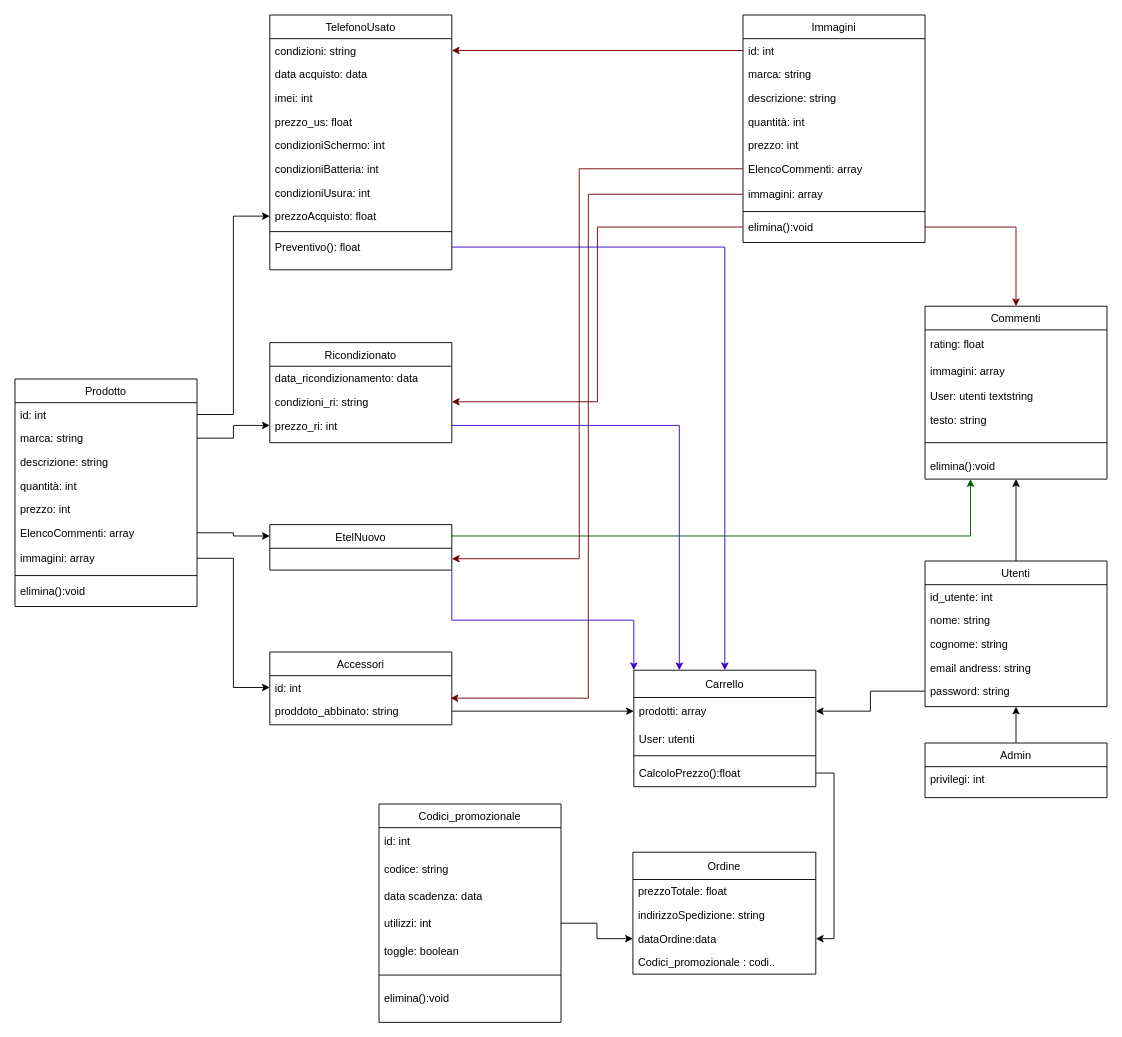
Before: PearShop2.drawio in doublep21/PearShop, a draw.io diagram. Source tidied: cells renumbered, new cells numbered last; positions are measured from the earlier drawing's top-left corner, leaving out a move shared by most shapes. Both pictures are drawn from the tidied source at 91%, with x=0, y=0 at pixel (15, 15).
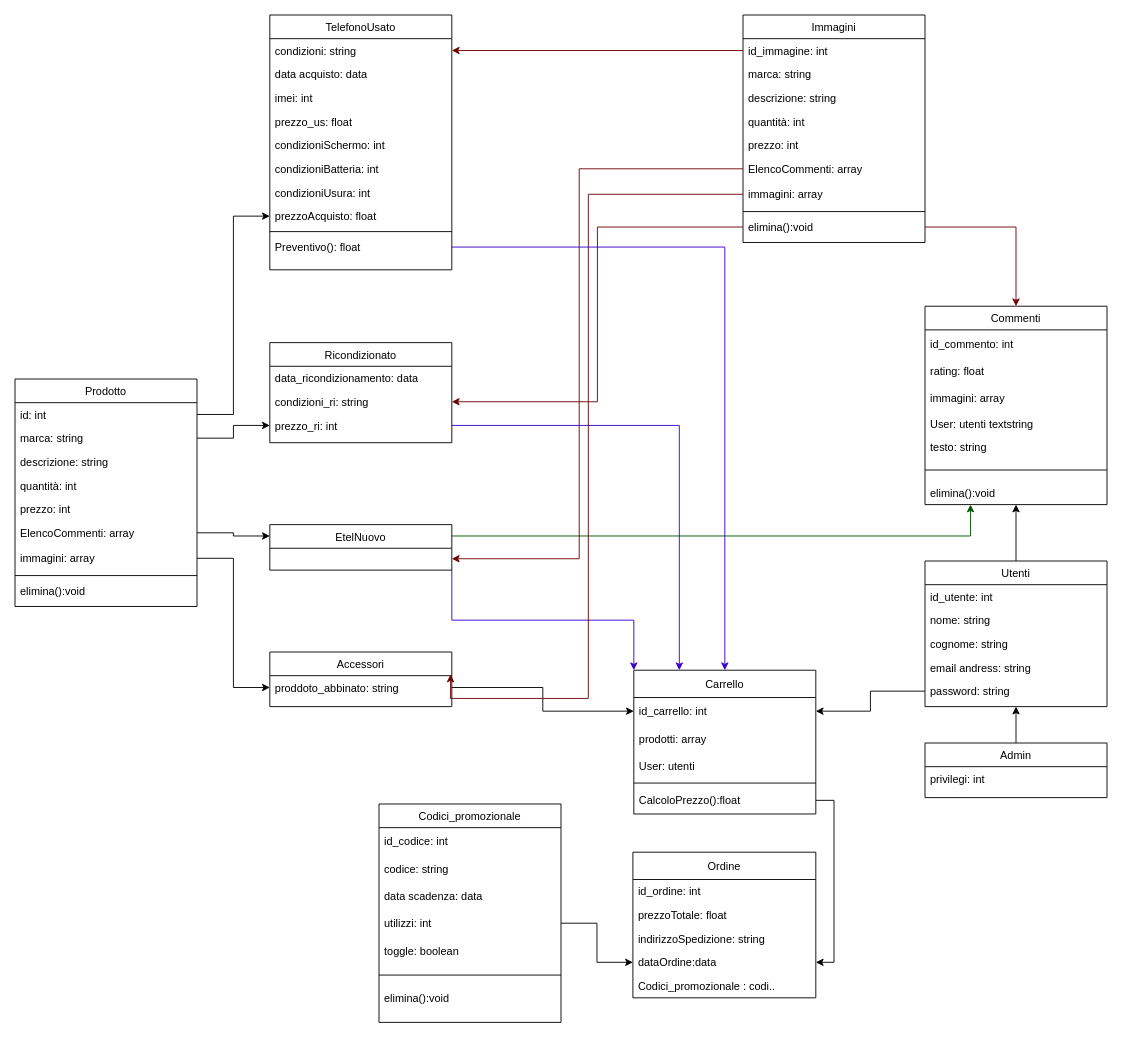
After the change.

Commit message:
agg. uml

The change refers to these unchanged cells:
```xml
<mxCell id="9" value="immagini: array" style="text;strokeColor=none;fillColor=none;align=left;verticalAlign=middle;spacingLeft=4;spacingRight=4;overflow=hidden;points=[[0,0.5],[1,0.5]];portConstraint=eastwest;" parent="2" vertex="1">
  <mxGeometry y="182" width="200" height="30" as="geometry" />
</mxCell>
<mxCell id="37" value="Immagini" style="swimlane;fontStyle=0;align=center;verticalAlign=top;horizontal=1;startSize=26;rounded=0;shadow=0;strokeWidth=1;" parent="1" vertex="1">
  <mxGeometry x="800" width="200" height="250" as="geometry" />
</mxCell>
<mxCell id="76" value="Codici_promozionale" style="swimlane;fontStyle=0;align=center;verticalAlign=top;horizontal=1;startSize=26;rounded=0;shadow=0;strokeWidth=1;" parent="1" vertex="1">
  <mxGeometry x="400" y="867" width="200" height="240" as="geometry" />
</mxCell>
```

Diff of the diagram source:
```diff
@@
     <mxCell id="30" value="Accessori&#10;" style="swimlane;fontStyle=0;align=center;verticalAlign=top;horizontal=1;startSize=26;rounded=0;shadow=0;strokeWidth=1;" parent="1" vertex="1">
-      <mxGeometry x="280" y="700" width="200" height="80" as="geometry" />
+      <mxGeometry x="280" y="700" width="200" height="60" as="geometry" />
     </mxCell>
-    <mxCell id="31" value="id: int&#10;" style="text;align=left;verticalAlign=top;spacingLeft=4;spacingRight=4;overflow=hidden;points=[[0,0.5],[1,0.5]];portConstraint=eastwest;" parent="30" vertex="1">
-      <mxGeometry y="26" width="200" height="26" as="geometry" />
-    </mxCell>
     <mxCell id="32" value="proddoto_abbinato: string" style="text;align=left;verticalAlign=top;spacingLeft=4;spacingRight=4;overflow=hidden;points=[[0,0.5],[1,0.5]];portConstraint=eastwest;rounded=0;shadow=0;html=0;" parent="30" vertex="1">
-      <mxGeometry y="52" width="200" height="26" as="geometry" />
+      <mxGeometry y="26" width="200" height="26" as="geometry" />
     </mxCell>
-    <mxCell id="33" style="edgeStyle=orthogonalEdgeStyle;rounded=0;jettySize=auto;html=1;exitX=1;exitY=0.5;exitDx=0;exitDy=0;entryX=0;entryY=0.5;entryDx=0;entryDy=0;" parent="1" edge="1" source="9" target="31">
-      <mxGeometry relative="1" as="geometry" />
-    </mxCell>
@@
-    <mxCell id="38" value="id: int&#10;" style="text;align=left;verticalAlign=top;spacingLeft=4;spacingRight=4;overflow=hidden;points=[[0,0.5],[1,0.5]];portConstraint=eastwest;" parent="37" vertex="1">
+    <mxCell id="38" value="id_immagine: int&#10;" style="text;align=left;verticalAlign=top;spacingLeft=4;spacingRight=4;overflow=hidden;points=[[0,0.5],[1,0.5]];portConstraint=eastwest;" parent="37" vertex="1">
       <mxGeometry y="26" width="200" height="26" as="geometry" />
     </mxCell>
@@
     <mxCell id="47" value="Carrello" style="swimlane;fontStyle=0;horizontal=1;startSize=30;" parent="1" vertex="1">
-      <mxGeometry x="680" y="720" width="200" height="128" as="geometry" />
+      <mxGeometry x="680" y="720" width="200" height="158" as="geometry" />
     </mxCell>
-    <mxCell id="48" value="prodotti: array" style="text;strokeColor=none;fillColor=none;align=left;verticalAlign=middle;spacingLeft=4;spacingRight=4;overflow=hidden;points=[[0,0.5],[1,0.5]];portConstraint=eastwest;" parent="47" vertex="1">
+    <mxCell id="48" value="id_carrello: int" style="text;strokeColor=none;fillColor=none;align=left;verticalAlign=middle;spacingLeft=4;spacingRight=4;overflow=hidden;points=[[0,0.5],[1,0.5]];portConstraint=eastwest;" parent="47" vertex="1">
       <mxGeometry y="30" width="200" height="30" as="geometry" />
     </mxCell>
+    <mxCell id="93" value="prodotti: array" style="text;strokeColor=none;fillColor=none;align=left;verticalAlign=middle;spacingLeft=4;spacingRight=4;overflow=hidden;" parent="47" vertex="1">
+      <mxGeometry y="60" width="200" height="30" as="geometry" />
+    </mxCell>
     <mxCell id="49" value="User: utenti" style="text;strokeColor=none;fillColor=none;align=left;verticalAlign=middle;spacingLeft=4;spacingRight=4;overflow=hidden;" parent="47" vertex="1">
-      <mxGeometry y="60" width="200" height="30" as="geometry" />
+      <mxGeometry y="90" width="200" height="30" as="geometry" />
     </mxCell>
     <mxCell id="50" style="line;html=1;strokeWidth=1;align=left;verticalAlign=middle;spacingTop=-1;spacingLeft=3;spacingRight=3;labelPosition=right;" parent="47" vertex="1">
-      <mxGeometry y="90" width="200" height="8" as="geometry" />
+      <mxGeometry y="120" width="200" height="8" as="geometry" />
     </mxCell>
     <mxCell id="51" value="CalcoloPrezzo():float" style="text;strokeColor=none;fillColor=none;align=left;verticalAlign=middle;spacingLeft=4;spacingRight=4;overflow=hidden;points=[[0,0.5],[1,0.5]];portConstraint=eastwest;" parent="47" vertex="1">
-      <mxGeometry y="98" width="200" height="30" as="geometry" />
+      <mxGeometry y="128" width="200" height="30" as="geometry" />
     </mxCell>
     <mxCell id="52" value="Commenti" style="swimlane;fontStyle=0;align=center;verticalAlign=top;horizontal=1;startSize=26;rounded=0;shadow=0;strokeWidth=1;" parent="1" vertex="1">
-      <mxGeometry x="1000" y="320" width="200" height="190" as="geometry" />
+      <mxGeometry x="1000" y="320" width="200" height="218" as="geometry" />
     </mxCell>
+    <mxCell id="94" value="id_commento: int" style="text;strokeColor=none;fillColor=none;align=left;verticalAlign=middle;spacingLeft=4;spacingRight=4;overflow=hidden;" parent="52" vertex="1">
+      <mxGeometry y="26" width="200" height="30" as="geometry" />
+    </mxCell>
     <mxCell id="53" value="rating: float" style="text;strokeColor=none;fillColor=none;align=left;verticalAlign=middle;spacingLeft=4;spacingRight=4;overflow=hidden;" parent="52" vertex="1">
-      <mxGeometry y="26" width="200" height="30" as="geometry" />
+      <mxGeometry y="56" width="200" height="30" as="geometry" />
     </mxCell>
     <mxCell id="54" value="immagini: array" style="text;strokeColor=none;fillColor=none;align=left;verticalAlign=middle;spacingLeft=4;spacingRight=4;overflow=hidden;" parent="52" vertex="1">
-      <mxGeometry y="56" width="200" height="30" as="geometry" />
+      <mxGeometry y="86" width="200" height="30" as="geometry" />
     </mxCell>
     <mxCell id="55" value="User: utenti textstring" style="text;strokeColor=none;fillColor=none;align=left;verticalAlign=middle;spacingLeft=4;spacingRight=4;overflow=hidden;" parent="52" vertex="1">
-      <mxGeometry y="86" width="200" height="26" as="geometry" />
+      <mxGeometry y="116" width="200" height="26" as="geometry" />
     </mxCell>
     <mxCell id="56" value="testo: string" style="text;strokeColor=none;fillColor=none;align=left;verticalAlign=middle;spacingLeft=4;spacingRight=4;overflow=hidden;" parent="52" vertex="1">
-      <mxGeometry y="112" width="200" height="26" as="geometry" />
+      <mxGeometry y="142" width="200" height="26" as="geometry" />
     </mxCell>
     <mxCell id="57" style="line;html=1;strokeWidth=1;align=left;verticalAlign=middle;spacingTop=-1;spacingLeft=3;spacingRight=3;labelPosition=right;" parent="52" vertex="1">
-      <mxGeometry y="138" width="200" height="24" as="geometry" />
+      <mxGeometry y="168" width="200" height="24" as="geometry" />
     </mxCell>
     <mxCell id="58" value="elimina():void" style="text;strokeColor=none;fillColor=none;align=left;verticalAlign=middle;spacingLeft=4;spacingRight=4;overflow=hidden;" parent="52" vertex="1">
-      <mxGeometry y="162" width="200" height="26" as="geometry" />
+      <mxGeometry y="192" width="200" height="26" as="geometry" />
     </mxCell>
@@
     <mxCell id="71" value="Ordine" style="swimlane;fontStyle=0;horizontal=1;startSize=30;" parent="1" vertex="1">
-      <mxGeometry x="679" y="920" width="201" height="134" as="geometry" />
+      <mxGeometry x="679" y="920" width="201" height="160" as="geometry" />
     </mxCell>
+    <mxCell id="95" value="id_ordine: int" style="text;align=left;verticalAlign=top;spacingLeft=4;spacingRight=4;overflow=hidden;" parent="71" vertex="1">
+      <mxGeometry y="30" width="201" height="26" as="geometry" />
+    </mxCell>
     <mxCell id="72" value="prezzoTotale: float" style="text;align=left;verticalAlign=top;spacingLeft=4;spacingRight=4;overflow=hidden;" parent="71" vertex="1">
-      <mxGeometry y="30" width="201" height="26" as="geometry" />
+      <mxGeometry y="56" width="201" height="26" as="geometry" />
     </mxCell>
     <mxCell id="73" value="indirizzoSpedizione: string" style="text;align=left;verticalAlign=top;spacingLeft=4;spacingRight=4;overflow=hidden;" parent="71" vertex="1">
-      <mxGeometry y="56" width="201" height="26" as="geometry" />
+      <mxGeometry y="82" width="201" height="26" as="geometry" />
     </mxCell>
     <mxCell id="74" value="dataOrdine:data" style="text;align=left;verticalAlign=top;spacingLeft=4;spacingRight=4;overflow=hidden;points=[[0,0.5],[1,0.5]];portConstraint=eastwest;" parent="71" vertex="1">
-      <mxGeometry y="82" width="201" height="26" as="geometry" />
+      <mxGeometry y="108" width="201" height="26" as="geometry" />
     </mxCell>
     <mxCell id="75" value="Codici_promozionale : codi..&#10;" style="text;align=left;verticalAlign=top;spacingLeft=4;spacingRight=4;overflow=hidden;" parent="71" vertex="1">
-      <mxGeometry y="108" width="201" height="26" as="geometry" />
+      <mxGeometry y="134" width="201" height="26" as="geometry" />
     </mxCell>
@@
-    <mxCell id="77" value="id: int" style="text;strokeColor=none;fillColor=none;align=left;verticalAlign=middle;spacingLeft=4;spacingRight=4;overflow=hidden;" parent="76" vertex="1">
+    <mxCell id="77" value="id_codice: int" style="text;strokeColor=none;fillColor=none;align=left;verticalAlign=middle;spacingLeft=4;spacingRight=4;overflow=hidden;" parent="76" vertex="1">
       <mxGeometry y="26" width="200" height="30" as="geometry" />
     </mxCell>
@@
+    <mxCell id="96" style="edgeStyle=orthogonalEdgeStyle;rounded=0;jettySize=auto;html=1;exitX=1;exitY=0.5;exitDx=0;exitDy=0;entryX=0;entryY=0.5;entryDx=0;entryDy=0;" parent="1" edge="1" source="9" target="32">
+      <mxGeometry relative="1" as="geometry" />
+    </mxCell>
```
